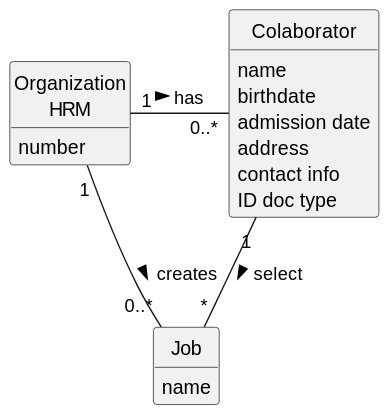
daniel41silva05/ISEP_2023_2024_LAPR2 keeps this PlantUML diagram as docs/sprintA/us002/02.analysis/svg/us002-domain-model.svg. Above is the earlier version.
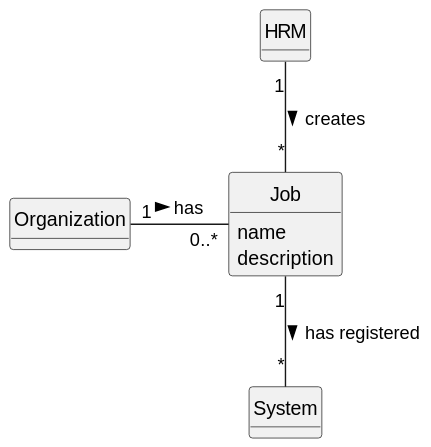
After the change.

Commit message:
Update US02 and US07 Domain Model

The edit, as a diff of the source:
```diff
@@ -11,28 +11,23 @@
 
 
 
-class Organization\nHRM {
-    number
+class Organization {
+
 }
 
 class Job {
     name
-
+    description
 
 }
 
 
-class Colaborator {
-    name
-    birthdate
-    admission date
-    address
-    contact info
-    ID doc type
+class HRM {
+
 }
 
 
-Organization\nHRM "1" - "0..*" Colaborator : has >
-Organization\nHRM "1" - "0..*" Job: creates >
-Colaborator "1" -- "*" Job : select >
+Organization "1" - "0..*" Job: has >
+Job "1" -- "*" System : has registered >
+HRM "1" -- "*" Job : creates   >
 @enduml
```
